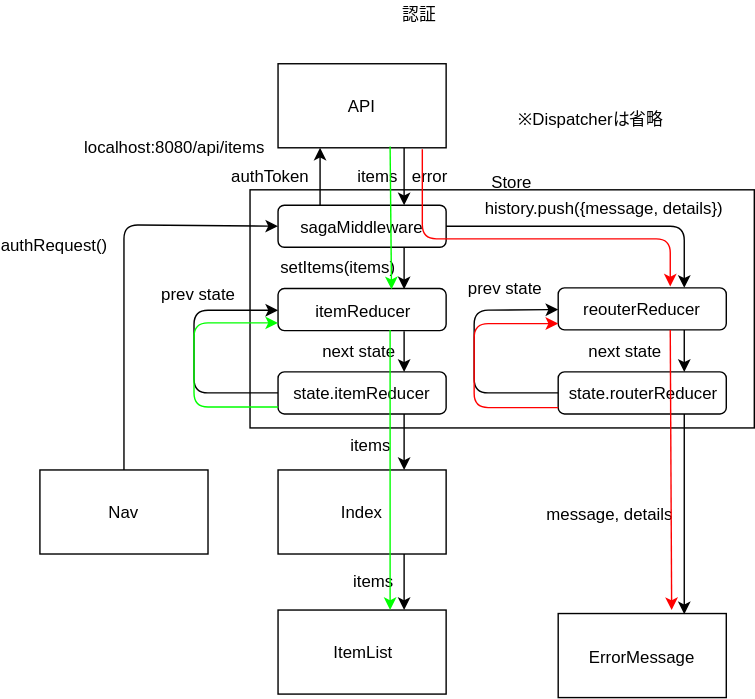
The draw.io diagram diagram/dataFlow/auth.svg in emgniddikur/react-app, before a commit. Source tidied: cells renumbered, new cells last; positions are measured from the earlier drawing's top-left corner, leaving out a move shared by most shapes.
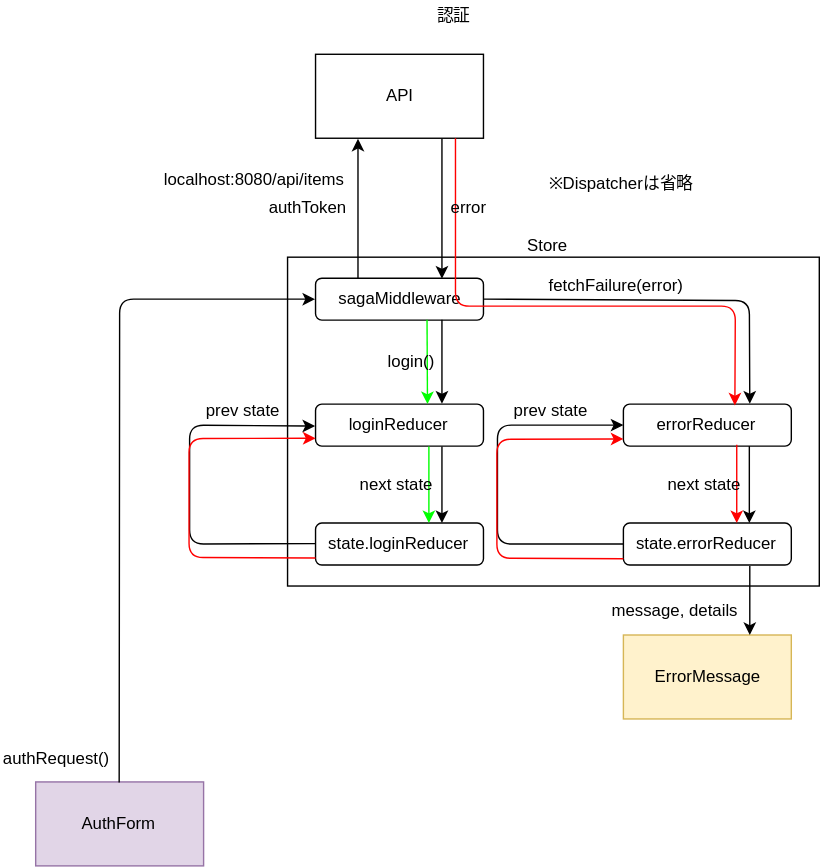
The same diagram one commit later.

Change to the diagram source:
```diff
@@ -2,187 +2,171 @@
   <root>
     <mxCell id="0" />
     <mxCell id="1" parent="0" />
-    <mxCell id="2" value="Index" style="rounded=0;whiteSpace=wrap;html=1;" parent="1" vertex="1">
-      <mxGeometry x="180" y="335" width="120" height="60" as="geometry" />
-    </mxCell>
-    <mxCell id="3" style="rounded=0;whiteSpace=wrap;html=1;" parent="1" vertex="1">
-      <mxGeometry x="160" y="135" width="360" height="170" as="geometry" />
-    </mxCell>
-    <mxCell id="4" value="ItemList" style="rounded=0;whiteSpace=wrap;html=1;" parent="1" vertex="1">
-      <mxGeometry x="180" y="435" width="120" height="60" as="geometry" />
-    </mxCell>
-    <mxCell id="5" style="endArrow=classic;html=1;entryX=0.75;entryY=0;entryDx=0;entryDy=0;exitX=0.75;exitY=1;exitDx=0;exitDy=0;" parent="1" edge="1" source="2" target="4">
-      <mxGeometry relative="1" as="geometry" />
-    </mxCell>
+    <mxCell id="48" style="rounded=0;whiteSpace=wrap;html=1;" parent="1" vertex="1">
+      <mxGeometry x="-480" y="169" width="380" height="235" as="geometry" />
+    </mxCell>
+    <mxCell id="8" value="API&lt;br&gt;" style="rounded=0;whiteSpace=wrap;html=1;" parent="1" vertex="1">
+      <mxGeometry x="-460" y="24" width="120" height="60" as="geometry" />
+    </mxCell>
+    <mxCell id="9" value="sagaMiddleware" style="rounded=1;whiteSpace=wrap;html=1;" parent="1" vertex="1">
+      <mxGeometry x="-460" y="184" width="120" height="30" as="geometry" />
+    </mxCell>
     <mxCell id="6" style="endArrow=classic;html=1;entryX=0.25;entryY=1;entryDx=0;entryDy=0;exitX=0.25;exitY=0;exitDx=0;exitDy=0;" parent="1" edge="1" source="9" target="8">
       <mxGeometry relative="1" as="geometry" />
     </mxCell>
     <mxCell id="7" style="endArrow=classic;html=1;entryX=0.75;entryY=0;entryDx=0;entryDy=0;exitX=0.75;exitY=1;exitDx=0;exitDy=0;" parent="1" edge="1" source="8" target="9">
       <mxGeometry relative="1" as="geometry" />
     </mxCell>
-    <mxCell id="8" value="API&lt;br&gt;" style="rounded=0;whiteSpace=wrap;html=1;" parent="1" vertex="1">
-      <mxGeometry x="180" y="45" width="120" height="60" as="geometry" />
-    </mxCell>
-    <mxCell id="9" value="sagaMiddleware" style="rounded=1;whiteSpace=wrap;html=1;" parent="1" vertex="1">
-      <mxGeometry x="180" y="146" width="120" height="30" as="geometry" />
-    </mxCell>
-    <mxCell id="10" value="state.itemReducer" style="rounded=1;whiteSpace=wrap;html=1;" parent="1" vertex="1">
-      <mxGeometry x="180" y="265" width="120" height="30" as="geometry" />
-    </mxCell>
-    <mxCell id="11" value="Nav" style="rounded=0;whiteSpace=wrap;html=1;" parent="1" vertex="1">
-      <mxGeometry x="10" y="335" width="120" height="60" as="geometry" />
-    </mxCell>
-    <mxCell id="12" style="endArrow=classic;html=1;entryX=0;entryY=0.5;entryDx=0;entryDy=0;exitX=0.5;exitY=0;exitDx=0;exitDy=0;" parent="1" edge="1" source="11" target="9">
-      <mxGeometry relative="1" as="geometry">
-        <Array as="points">
-          <mxPoint x="70" y="160" />
-        </Array>
-      </mxGeometry>
-    </mxCell>
-    <mxCell id="13" style="endArrow=classic;html=1;entryX=0.75;entryY=0;entryDx=0;entryDy=0;exitX=0.75;exitY=1;exitDx=0;exitDy=0;" parent="1" edge="1" source="9" target="14">
-      <mxGeometry relative="1" as="geometry" />
-    </mxCell>
-    <mxCell id="14" value="itemReducer" style="rounded=1;whiteSpace=wrap;html=1;" parent="1" vertex="1">
-      <mxGeometry x="180" y="205.5" width="120" height="30" as="geometry" />
-    </mxCell>
-    <mxCell id="15" style="endArrow=classic;html=1;entryX=0.75;entryY=0;entryDx=0;entryDy=0;exitX=0.75;exitY=1;exitDx=0;exitDy=0;" parent="1" edge="1" source="14" target="10">
-      <mxGeometry relative="1" as="geometry" />
-    </mxCell>
-    <mxCell id="16" style="endArrow=classic;html=1;entryX=0;entryY=0.5;entryDx=0;entryDy=0;exitX=0;exitY=0.5;exitDx=0;exitDy=0;" parent="1" edge="1" source="10" target="14">
-      <mxGeometry relative="1" as="geometry">
-        <Array as="points">
-          <mxPoint x="120" y="280" />
-          <mxPoint x="120" y="221" />
-        </Array>
-      </mxGeometry>
-    </mxCell>
-    <mxCell id="17" value="reouterReducer&lt;br&gt;" style="rounded=1;whiteSpace=wrap;html=1;" parent="1" vertex="1">
-      <mxGeometry x="380" y="205" width="120" height="30" as="geometry" />
-    </mxCell>
-    <mxCell id="18" style="endArrow=classic;html=1;entryX=0.75;entryY=0;entryDx=0;entryDy=0;exitX=1;exitY=0.5;exitDx=0;exitDy=0;" parent="1" edge="1" source="9" target="17">
-      <mxGeometry relative="1" as="geometry">
-        <Array as="points">
-          <mxPoint x="470" y="161" />
-        </Array>
-      </mxGeometry>
-    </mxCell>
-    <mxCell id="19" value="state.routerReducer" style="rounded=1;whiteSpace=wrap;html=1;" parent="1" vertex="1">
-      <mxGeometry x="380" y="265" width="120" height="30" as="geometry" />
-    </mxCell>
-    <mxCell id="20" style="endArrow=classic;html=1;entryX=0;entryY=0.5;entryDx=0;entryDy=0;exitX=0;exitY=0.5;exitDx=0;exitDy=0;" parent="1" edge="1">
-      <mxGeometry relative="1" as="geometry">
-        <mxPoint x="380" y="280" as="sourcePoint" />
-        <mxPoint x="380" y="220.5" as="targetPoint" />
-        <Array as="points">
-          <mxPoint x="320" y="280" />
-          <mxPoint x="320" y="221" />
-        </Array>
-      </mxGeometry>
-    </mxCell>
-    <mxCell id="21" style="endArrow=classic;html=1;entryX=0.75;entryY=0;entryDx=0;entryDy=0;exitX=0.75;exitY=1;exitDx=0;exitDy=0;" parent="1" edge="1" source="17" target="19">
-      <mxGeometry relative="1" as="geometry" />
-    </mxCell>
-    <mxCell id="22" style="endArrow=classic;html=1;entryX=0.75;entryY=0;entryDx=0;entryDy=0;exitX=0.75;exitY=1;exitDx=0;exitDy=0;" parent="1" edge="1" source="10" target="2">
-      <mxGeometry relative="1" as="geometry" />
-    </mxCell>
+    <mxCell id="49" value="loginReducer" style="rounded=1;whiteSpace=wrap;html=1;" parent="1" vertex="1">
+      <mxGeometry x="-460" y="274" width="120" height="30" as="geometry" />
+    </mxCell>
+    <mxCell id="50" style="endArrow=classic;html=1;entryX=0.75;entryY=0;entryDx=0;entryDy=0;exitX=0.75;exitY=1;exitDx=0;exitDy=0;" parent="1" edge="1" source="9" target="49">
+      <mxGeometry relative="1" as="geometry" />
+    </mxCell>
+    <mxCell id="26" value="authToken" style="text;html=1;align=left;verticalAlign=top;spacingTop=-4;" parent="1" vertex="1">
+      <mxGeometry x="-495" y="124" width="70" height="20" as="geometry" />
+    </mxCell>
+    <mxCell id="38" value="localhost:8080/api/items" style="text;html=1;align=left;verticalAlign=top;spacingTop=-4;" parent="1" vertex="1">
+      <mxGeometry x="-570" y="104" width="140" height="20" as="geometry" />
+    </mxCell>
+    <mxCell id="51" value="errorReducer&lt;br&gt;" style="rounded=1;whiteSpace=wrap;html=1;" parent="1" vertex="1">
+      <mxGeometry x="-240" y="274" width="120" height="30" as="geometry" />
+    </mxCell>
+    <mxCell id="52" style="endArrow=classic;html=1;entryX=0.75;entryY=0;entryDx=0;entryDy=0;exitX=1;exitY=0.5;exitDx=0;exitDy=0;" parent="1" edge="1" source="9" target="51">
+      <mxGeometry relative="1" as="geometry">
+        <Array as="points">
+          <mxPoint x="-150" y="200" />
+        </Array>
+      </mxGeometry>
+    </mxCell>
+    <mxCell id="53" value="state.loginReducer" style="rounded=1;whiteSpace=wrap;html=1;" parent="1" vertex="1">
+      <mxGeometry x="-460" y="359" width="120" height="30" as="geometry" />
+    </mxCell>
+    <mxCell id="54" style="endArrow=classic;html=1;entryX=0.75;entryY=0;entryDx=0;entryDy=0;exitX=0.75;exitY=1;exitDx=0;exitDy=0;" parent="1" edge="1" source="49" target="53">
+      <mxGeometry relative="1" as="geometry" />
+    </mxCell>
+    <mxCell id="55" style="endArrow=classic;html=1;entryX=0;entryY=0.5;entryDx=0;entryDy=0;exitX=0;exitY=0.5;exitDx=0;exitDy=0;" parent="1" edge="1" source="53" target="49">
+      <mxGeometry relative="1" as="geometry">
+        <Array as="points">
+          <mxPoint x="-550" y="374" />
+          <mxPoint x="-550" y="334" />
+          <mxPoint x="-550" y="289" />
+        </Array>
+      </mxGeometry>
+    </mxCell>
+    <mxCell id="56" value="state.errorReducer" style="rounded=1;whiteSpace=wrap;html=1;" parent="1" vertex="1">
+      <mxGeometry x="-240" y="359" width="120" height="30" as="geometry" />
+    </mxCell>
+    <mxCell id="57" style="endArrow=classic;html=1;entryX=0.75;entryY=0;entryDx=0;entryDy=0;" parent="1" edge="1">
+      <mxGeometry relative="1" as="geometry">
+        <mxPoint x="-150" y="304" as="sourcePoint" />
+        <mxPoint x="-150" y="359" as="targetPoint" />
+      </mxGeometry>
+    </mxCell>
+    <mxCell id="58" value="prev state" style="text;html=1;align=left;verticalAlign=top;spacingTop=-4;" parent="1" vertex="1">
+      <mxGeometry x="-540" y="269" width="70" height="20" as="geometry" />
+    </mxCell>
+    <mxCell id="59" style="endArrow=classic;html=1;entryX=0;entryY=0.5;entryDx=0;entryDy=0;exitX=0;exitY=0.5;exitDx=0;exitDy=0;" parent="1" edge="1">
+      <mxGeometry relative="1" as="geometry">
+        <mxPoint x="-240" y="374" as="sourcePoint" />
+        <mxPoint x="-240" y="289" as="targetPoint" />
+        <Array as="points">
+          <mxPoint x="-330" y="374" />
+          <mxPoint x="-330" y="334" />
+          <mxPoint x="-330" y="289" />
+        </Array>
+      </mxGeometry>
+    </mxCell>
+    <mxCell id="60" value="prev state" style="text;html=1;align=left;verticalAlign=top;spacingTop=-4;" parent="1" vertex="1">
+      <mxGeometry x="-320" y="269" width="70" height="20" as="geometry" />
+    </mxCell>
+    <mxCell id="61" value="fetchFailure(error)" style="text;html=1;align=left;verticalAlign=top;spacingTop=-4;" parent="1" vertex="1">
+      <mxGeometry x="-295" y="180" width="110" height="20" as="geometry" />
+    </mxCell>
+    <mxCell id="62" value="AuthForm" style="rounded=0;whiteSpace=wrap;html=1;fillColor=#e1d5e7;strokeColor=#9673a6;" parent="1" vertex="1">
+      <mxGeometry x="-660" y="544" width="120" height="60" as="geometry" />
+    </mxCell>
+    <mxCell id="33" value="ErrorMessage" style="rounded=0;whiteSpace=wrap;html=1;fillColor=#fff2cc;strokeColor=#d6b656;" parent="1" vertex="1">
+      <mxGeometry x="-240" y="439" width="120" height="60" as="geometry" />
+    </mxCell>
+    <mxCell id="63" style="endArrow=classic;html=1;entryX=0.75;entryY=0;entryDx=0;entryDy=0;exitX=0.75;exitY=1;exitDx=0;exitDy=0;" parent="1" edge="1" source="56" target="33">
+      <mxGeometry relative="1" as="geometry" />
+    </mxCell>
+    <mxCell id="35" value="message, details&lt;br&gt;" style="text;html=1;align=left;verticalAlign=top;spacingTop=-4;" parent="1" vertex="1">
+      <mxGeometry x="-250" y="411.5" width="110" height="20" as="geometry" />
+    </mxCell>
+    <mxCell id="64" style="endArrow=classic;html=1;entryX=0;entryY=0.5;entryDx=0;entryDy=0;exitX=0.5;exitY=0;exitDx=0;exitDy=0;" parent="1" edge="1" source="62" target="9">
+      <mxGeometry relative="1" as="geometry">
+        <Array as="points">
+          <mxPoint x="-600" y="199" />
+        </Array>
+      </mxGeometry>
+    </mxCell>
+    <mxCell id="25" value="authRequest()" style="text;html=1;align=left;verticalAlign=top;spacingTop=-4;" parent="1" vertex="1">
+      <mxGeometry x="-685" y="518" width="90" height="20" as="geometry" />
+    </mxCell>
+    <mxCell id="65" style="endArrow=classic;html=1;strokeColor=#FF0000;entryX=0.667;entryY=0.013;entryDx=0;entryDy=0;entryPerimeter=0;" parent="1" edge="1" target="51">
+      <mxGeometry relative="1" as="geometry">
+        <mxPoint x="-360" y="84" as="sourcePoint" />
+        <Array as="points">
+          <mxPoint x="-360" y="204" />
+          <mxPoint x="-160" y="204" />
+        </Array>
+      </mxGeometry>
+    </mxCell>
+    <mxCell id="66" style="endArrow=classic;html=1;strokeColor=#FF0000;exitX=0.671;exitY=0.983;exitDx=0;exitDy=0;exitPerimeter=0;entryX=0.671;entryY=0;entryDx=0;entryDy=0;entryPerimeter=0;" parent="1" edge="1" source="51" target="56">
+      <mxGeometry relative="1" as="geometry" />
+    </mxCell>
+    <mxCell id="67" style="endArrow=classic;html=1;strokeColor=#00FF00;exitX=0.665;exitY=1;exitDx=0;exitDy=0;exitPerimeter=0;" parent="1" edge="1" source="9">
+      <mxGeometry relative="1" as="geometry">
+        <mxPoint x="-380" y="274" as="targetPoint" />
+      </mxGeometry>
+    </mxCell>
+    <mxCell id="68" style="endArrow=classic;html=1;strokeColor=#00FF00;entryX=0.675;entryY=0;entryDx=0;entryDy=0;entryPerimeter=0;exitX=0.671;exitY=1;exitDx=0;exitDy=0;exitPerimeter=0;" parent="1" edge="1" source="49" target="53">
+      <mxGeometry relative="1" as="geometry" />
+    </mxCell>
+    <mxCell id="69" style="endArrow=classic;html=1;entryX=0;entryY=0.5;entryDx=0;entryDy=0;exitX=0;exitY=0.5;exitDx=0;exitDy=0;strokeColor=#FF0000;" parent="1" edge="1">
+      <mxGeometry relative="1" as="geometry">
+        <mxPoint x="-460" y="384" as="sourcePoint" />
+        <mxPoint x="-460" y="298.4" as="targetPoint" />
+        <Array as="points">
+          <mxPoint x="-550.4" y="383.6" />
+          <mxPoint x="-550.4" y="343.6" />
+          <mxPoint x="-550.4" y="298.6" />
+        </Array>
+      </mxGeometry>
+    </mxCell>
+    <mxCell id="37" value="error" style="text;html=1;align=left;verticalAlign=top;spacingTop=-4;" parent="1" vertex="1">
+      <mxGeometry x="-365" y="124" width="40" height="20" as="geometry" />
+    </mxCell>
+    <mxCell id="70" value="login()" style="text;html=1;align=left;verticalAlign=top;spacingTop=-4;" parent="1" vertex="1">
+      <mxGeometry x="-410" y="234" width="50" height="20" as="geometry" />
+    </mxCell>
+    <mxCell id="71" value="next state" style="text;html=1;align=left;verticalAlign=top;spacingTop=-4;" parent="1" vertex="1">
+      <mxGeometry x="-210" y="321.5" width="70" height="20" as="geometry" />
+    </mxCell>
+    <mxCell id="72" value="next state" style="text;html=1;align=left;verticalAlign=top;spacingTop=-4;" parent="1" vertex="1">
+      <mxGeometry x="-430" y="321.5" width="70" height="20" as="geometry" />
+    </mxCell>
+    <mxCell id="73" style="endArrow=classic;html=1;entryX=0;entryY=0.5;entryDx=0;entryDy=0;exitX=0;exitY=0.5;exitDx=0;exitDy=0;fillColor=#a20025;strokeColor=#FF0000;" parent="1" edge="1">
+      <mxGeometry relative="1" as="geometry">
+        <mxPoint x="-240" y="384.5" as="sourcePoint" />
+        <mxPoint x="-240" y="298.9" as="targetPoint" />
+        <Array as="points">
+          <mxPoint x="-330.4" y="384.1" />
+          <mxPoint x="-330.4" y="344.1" />
+          <mxPoint x="-330.4" y="299.1" />
+        </Array>
+      </mxGeometry>
+    </mxCell>
+    <mxCell id="40" value="※Dispatcherは省略" style="text;html=1;align=left;verticalAlign=top;spacingTop=-4;" parent="1" vertex="1">
+      <mxGeometry x="-295" y="106.5" width="120" height="20" as="geometry" />
+    </mxCell>
-    <mxCell id="23" value="認証&lt;br&gt;" style="text;html=1;align=left;verticalAlign=top;spacingTop=-4;" parent="1" vertex="1">
-      <mxGeometry x="267" width="40" height="20" as="geometry" />
+    <mxCell id="23" value="認証" style="text;html=1;align=left;verticalAlign=top;spacingTop=-4;" parent="1" vertex="1">
+      <mxGeometry x="-375" y="-13.5" width="40" height="20" as="geometry" />
     </mxCell>
-    <mxCell id="24" value="items" style="text;html=1;align=left;verticalAlign=top;spacingTop=-4;" parent="1" vertex="1">
-      <mxGeometry x="235" y="115.5" width="40" height="20" as="geometry" />
-    </mxCell>
-    <mxCell id="25" value="authRequest()" style="text;html=1;strokeColor=none;fillColor=none;align=center;verticalAlign=middle;whiteSpace=wrap;rounded=0;" parent="1" vertex="1">
-      <mxGeometry y="163.5" width="40" height="20" as="geometry" />
-    </mxCell>
-    <mxCell id="26" value="authToken" style="text;html=1;align=left;verticalAlign=top;spacingTop=-4;" parent="1" vertex="1">
-      <mxGeometry x="145" y="115.5" width="70" height="20" as="geometry" />
-    </mxCell>
-    <mxCell id="27" value="setItems(items)" style="text;html=1;align=left;verticalAlign=top;spacingTop=-4;" parent="1" vertex="1">
-      <mxGeometry x="180" y="181" width="100" height="20" as="geometry" />
-    </mxCell>
-    <mxCell id="28" value="prev state" style="text;html=1;align=left;verticalAlign=top;spacingTop=-4;" parent="1" vertex="1">
-      <mxGeometry x="95" y="200" width="70" height="20" as="geometry" />
-    </mxCell>
-    <mxCell id="29" value="next state" style="text;html=1;align=left;verticalAlign=top;spacingTop=-4;" parent="1" vertex="1">
-      <mxGeometry x="210" y="240.5" width="70" height="20" as="geometry" />
-    </mxCell>
-    <mxCell id="30" value="items" style="text;html=1;align=left;verticalAlign=top;spacingTop=-4;" parent="1" vertex="1">
-      <mxGeometry x="230" y="307.5" width="40" height="20" as="geometry" />
-    </mxCell>
-    <mxCell id="31" value="items" style="text;html=1;align=left;verticalAlign=top;spacingTop=-4;" parent="1" vertex="1">
-      <mxGeometry x="232" y="405" width="40" height="20" as="geometry" />
-    </mxCell>
-    <mxCell id="32" value="prev state" style="text;html=1;align=left;verticalAlign=top;spacingTop=-4;" parent="1" vertex="1">
-      <mxGeometry x="314" y="195.5" width="70" height="20" as="geometry" />
-    </mxCell>
-    <mxCell id="33" value="ErrorMessage" style="rounded=0;whiteSpace=wrap;html=1;" parent="1" vertex="1">
-      <mxGeometry x="380" y="437.5" width="120" height="60" as="geometry" />
-    </mxCell>
-    <mxCell id="34" style="endArrow=classic;html=1;entryX=0.75;entryY=0;entryDx=0;entryDy=0;exitX=0.75;exitY=1;exitDx=0;exitDy=0;" parent="1" edge="1" source="19" target="33">
-      <mxGeometry relative="1" as="geometry" />
-    </mxCell>
-    <mxCell id="35" value="message, details" style="text;html=1;align=left;verticalAlign=top;spacingTop=-4;" parent="1" vertex="1">
-      <mxGeometry x="370" y="356.5" width="110" height="20" as="geometry" />
-    </mxCell>
-    <mxCell id="36" value="next state" style="text;html=1;align=left;verticalAlign=top;spacingTop=-4;" parent="1" vertex="1">
-      <mxGeometry x="400" y="240.5" width="70" height="20" as="geometry" />
-    </mxCell>
-    <mxCell id="37" value="error" style="text;html=1;align=left;verticalAlign=top;spacingTop=-4;" parent="1" vertex="1">
-      <mxGeometry x="274" y="115.5" width="40" height="20" as="geometry" />
-    </mxCell>
-    <mxCell id="38" value="localhost:8080/api/items" style="text;html=1;align=left;verticalAlign=top;spacingTop=-4;" parent="1" vertex="1">
-      <mxGeometry x="40" y="95" width="140" height="20" as="geometry" />
-    </mxCell>
-    <mxCell id="39" value="history.push({message, details})" style="text;html=1;align=left;verticalAlign=top;spacingTop=-4;" parent="1" vertex="1">
-      <mxGeometry x="326" y="138.5" width="190" height="20" as="geometry" />
-    </mxCell>
-    <mxCell id="40" value="※Dispatcherは省略" style="text;html=1;align=left;verticalAlign=top;spacingTop=-4;" parent="1" vertex="1">
-      <mxGeometry x="350" y="75" width="120" height="20" as="geometry" />
-    </mxCell>
-    <mxCell id="41" style="endArrow=classic;html=1;strokeColor=#00FF00;" parent="1" edge="1">
-      <mxGeometry relative="1" as="geometry">
-        <mxPoint x="180" y="290" as="sourcePoint" />
-        <mxPoint x="180" y="230" as="targetPoint" />
-        <Array as="points">
-          <mxPoint x="120" y="290" />
-          <mxPoint x="120" y="230" />
-        </Array>
-      </mxGeometry>
-    </mxCell>
-    <mxCell id="42" style="endArrow=classic;html=1;strokeColor=#00FF00;exitX=0.667;exitY=0.983;exitDx=0;exitDy=0;exitPerimeter=0;" parent="1" edge="1" source="14">
-      <mxGeometry relative="1" as="geometry">
-        <mxPoint x="260" y="435" as="targetPoint" />
-      </mxGeometry>
-    </mxCell>
-    <mxCell id="43" style="endArrow=classic;html=1;strokeColor=#00FF00;exitX=0.667;exitY=0.983;exitDx=0;exitDy=0;exitPerimeter=0;entryX=0.671;entryY=0.033;entryDx=0;entryDy=0;entryPerimeter=0;" parent="1" edge="1" source="8" target="14">
-      <mxGeometry relative="1" as="geometry" />
-    </mxCell>
-    <mxCell id="44" style="endArrow=classic;html=1;strokeColor=#FF0000;exitX=0.858;exitY=1.017;exitDx=0;exitDy=0;exitPerimeter=0;entryX=0.667;entryY=-0.033;entryDx=0;entryDy=0;entryPerimeter=0;" parent="1" edge="1" source="8" target="17">
-      <mxGeometry relative="1" as="geometry">
-        <Array as="points">
-          <mxPoint x="283" y="170" />
-          <mxPoint x="460" y="170" />
-        </Array>
-      </mxGeometry>
-    </mxCell>
-    <mxCell id="45" style="endArrow=classic;html=1;strokeColor=#FF0000;" parent="1" edge="1">
-      <mxGeometry relative="1" as="geometry">
-        <mxPoint x="460" y="235" as="sourcePoint" />
-        <mxPoint x="461" y="435" as="targetPoint" />
-      </mxGeometry>
-    </mxCell>
-    <mxCell id="46" style="endArrow=classic;html=1;strokeColor=#FF0000;" parent="1" edge="1">
-      <mxGeometry relative="1" as="geometry">
-        <mxPoint x="380" y="290.5" as="sourcePoint" />
-        <mxPoint x="380" y="230.5" as="targetPoint" />
-        <Array as="points">
-          <mxPoint x="320" y="290.5" />
-          <mxPoint x="320" y="230.5" />
-        </Array>
-      </mxGeometry>
-    </mxCell>
     <mxCell id="47" value="Store" style="text;html=1;strokeColor=none;fillColor=none;align=center;verticalAlign=middle;whiteSpace=wrap;rounded=0;" parent="1" vertex="1">
-      <mxGeometry x="326" y="118.5" width="40" height="20" as="geometry" />
+      <mxGeometry x="-315" y="150" width="40" height="20" as="geometry" />
     </mxCell>
   </root>
 </mxGraphModel>
```
